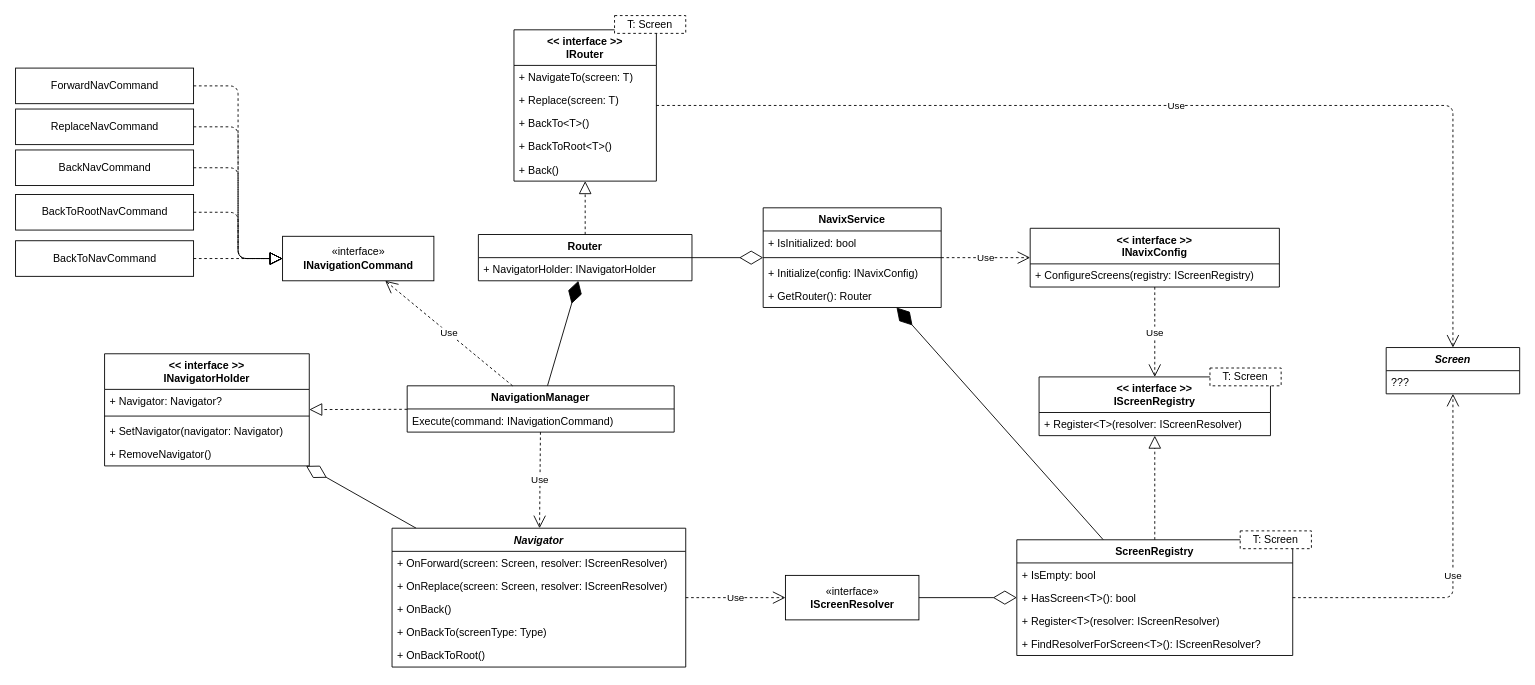
The draw.io diagram Navix.drawio in SpireX64/Navix, before the edit. Source tidied: cells renumbered, new cells numbered last; positions are measured from the earlier drawing's top-left corner, leaving out a move shared by most shapes. Both pictures are drawn from the tidied source at 89%, with x=0, y=0 at pixel (15, 15).
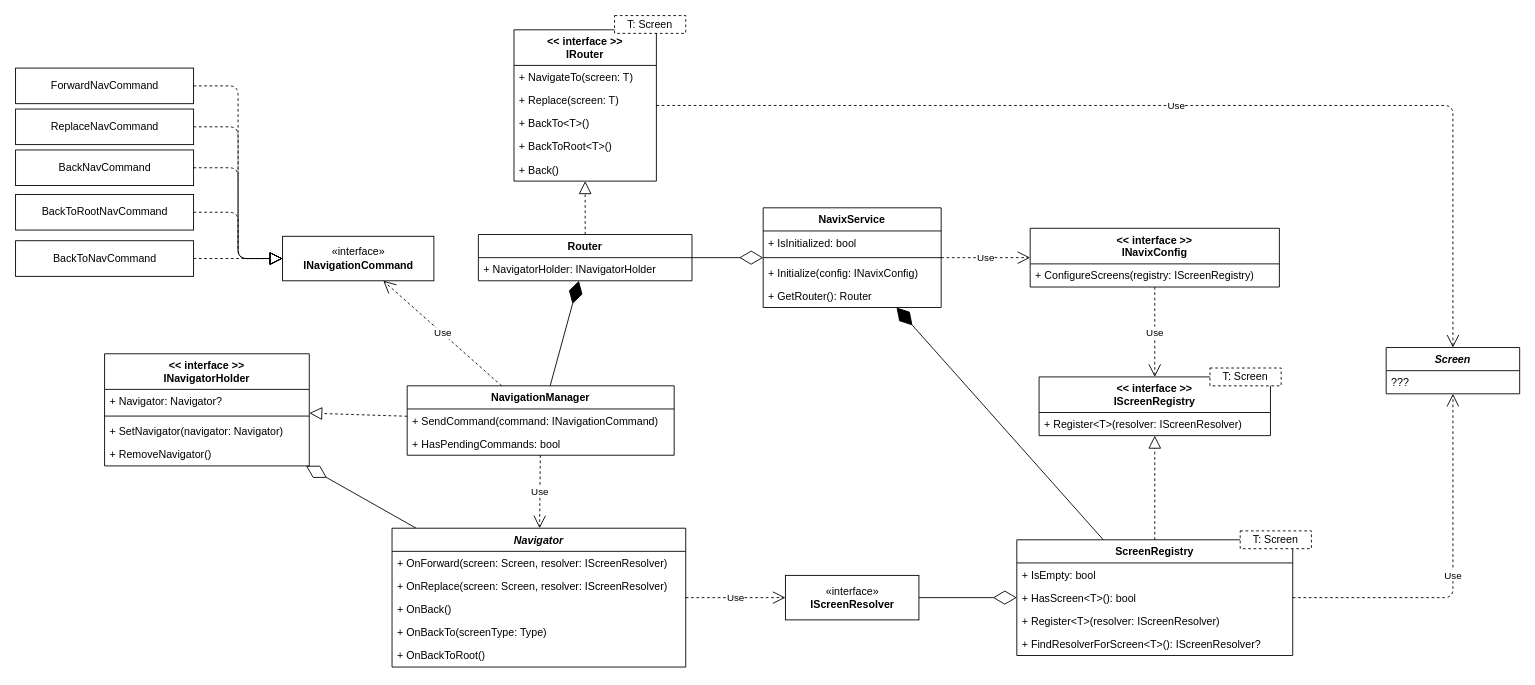
Above is the later version.

Commit message:
Обновлена схема архитектуры

Change to the diagram source:
```diff
@@
     <mxCell id="31" value="NavigationManager" style="swimlane;fontStyle=1;align=center;verticalAlign=top;horizontal=1;startSize=26;" parent="1" vertex="1">
-      <mxGeometry x="440" y="416" width="300" height="52" as="geometry" />
+      <mxGeometry x="440" y="416" width="300" height="78" as="geometry" />
     </mxCell>
-    <mxCell id="32" value="Execute(command: INavigationCommand)" style="text;strokeColor=none;fillColor=none;align=left;verticalAlign=top;spacingLeft=4;spacingRight=4;overflow=hidden;" parent="31" vertex="1">
+    <mxCell id="32" value="+ SendCommand(command: INavigationCommand)" style="text;strokeColor=none;fillColor=none;align=left;verticalAlign=top;spacingLeft=4;spacingRight=4;overflow=hidden;" parent="31" vertex="1">
       <mxGeometry y="26" width="300" height="26" as="geometry" />
     </mxCell>
+    <mxCell id="69" value="+ HasPendingCommands: bool" style="text;strokeColor=none;fillColor=none;align=left;verticalAlign=top;spacingLeft=4;spacingRight=4;overflow=hidden;" parent="31" vertex="1">
+      <mxGeometry y="52" width="300" height="26" as="geometry" />
+    </mxCell>
```
